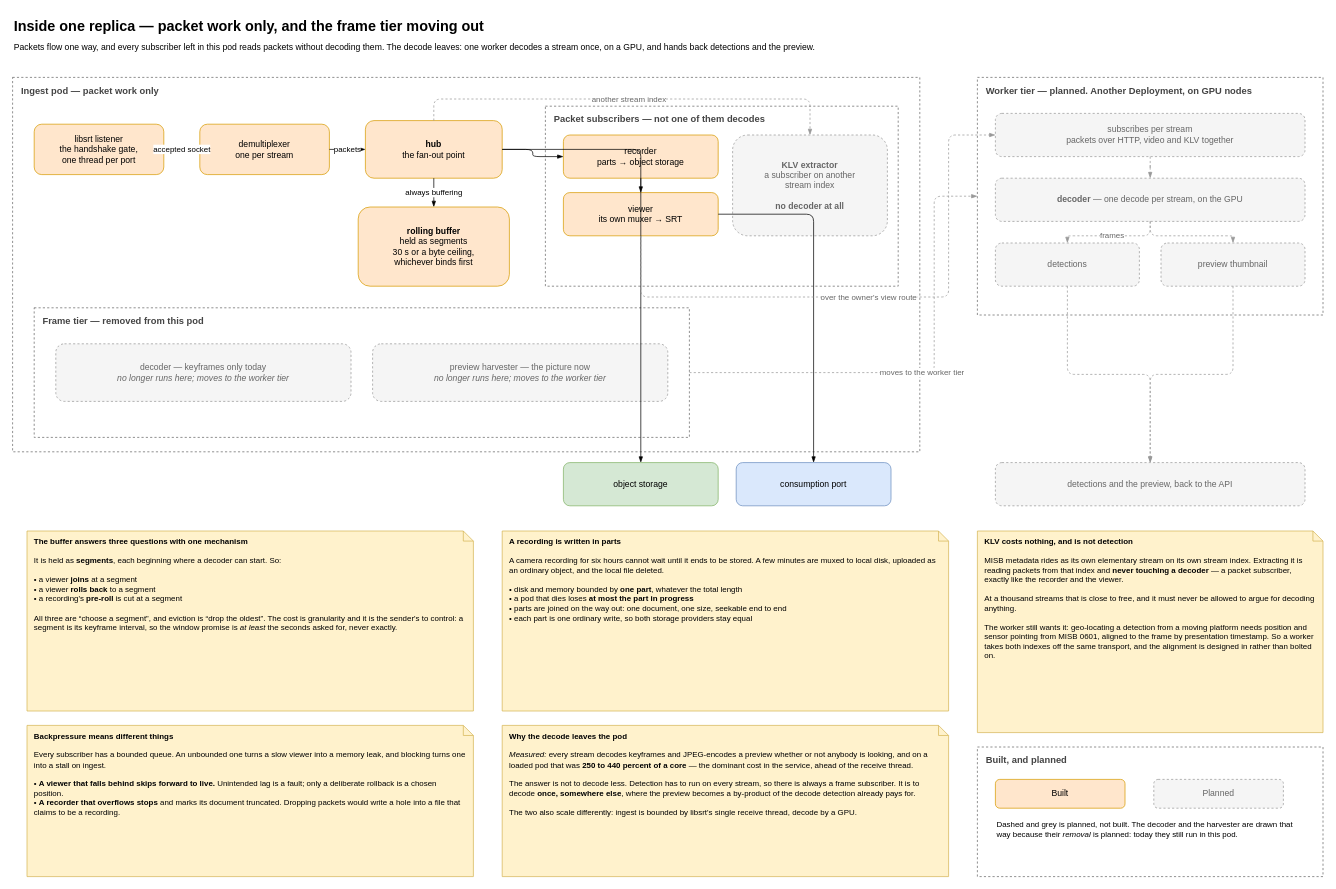
Earlier version of the draw.io diagram page "2. Inside one replica" (3 of 4) of docs/video-server.drawio (magasb1/dotnet-architecture-patterns). Source tidied: cells renumbered, new cells numbered last; positions are measured from the earlier drawing's top-left corner, leaving out a move shared by most shapes. Both pictures are drawn from the tidied source at 72%, with x=0, y=0 at pixel (12, 12).
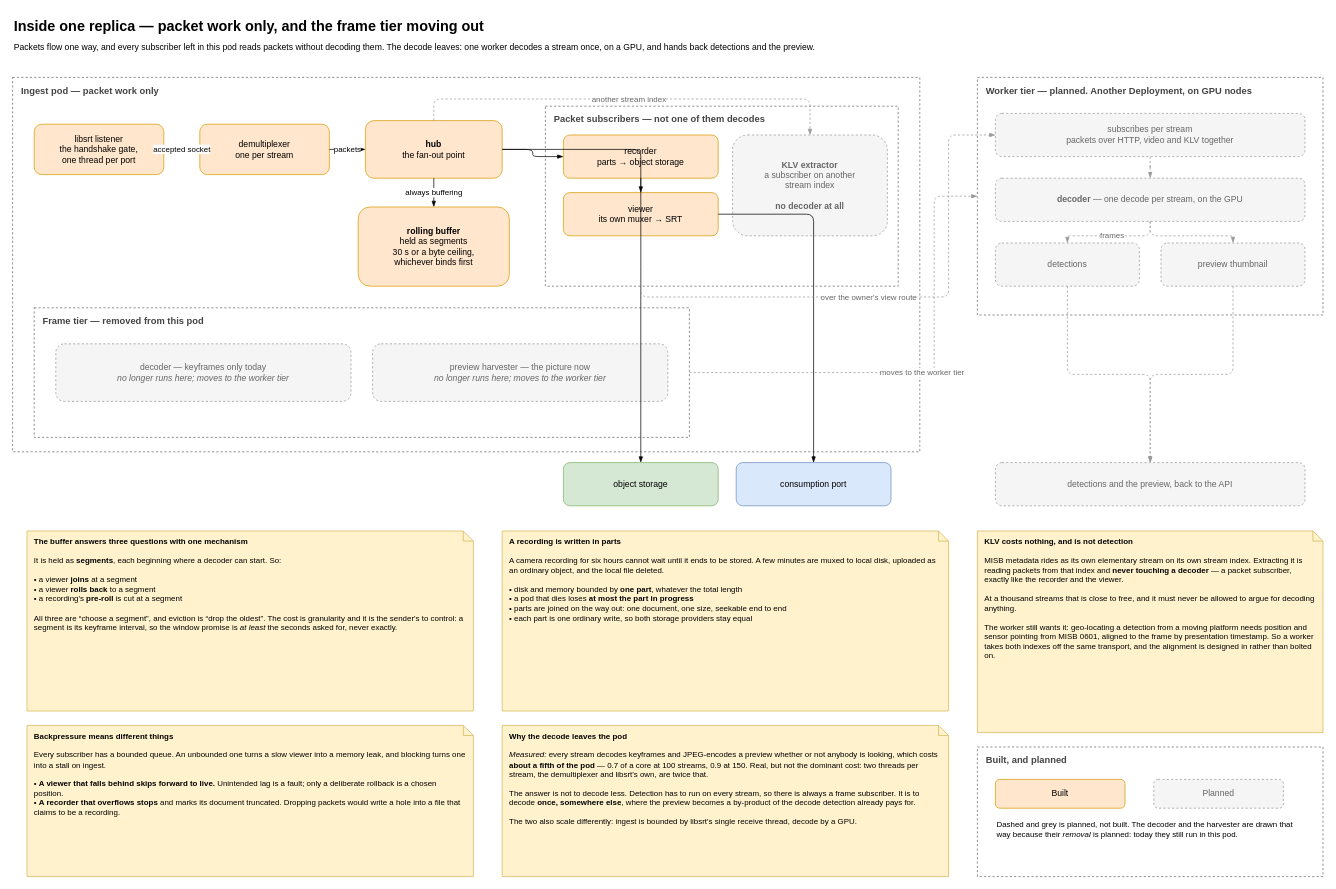
Above is the later version.

Commit message (it also covers changes not shown here):
The preview is not the dominant cost, and the plan said it was

Diff of the diagram source:
```diff
@@
-    <mxCell id="42" value="&lt;b&gt;Why the decode leaves the pod&lt;/b&gt;&lt;br/&gt;&lt;br/&gt;&lt;i&gt;Measured:&lt;/i&gt; every stream decodes keyframes and JPEG-encodes a preview whether or not anybody is looking, and on a loaded pod that was &lt;b&gt;250 to 440 percent of a core&lt;/b&gt; &amp;#8212; the dominant cost in the service, ahead of the receive thread.&lt;br/&gt;&lt;br/&gt;The answer is not to decode less. Detection has to run on every stream, so there is always a frame subscriber. It is to decode &lt;b&gt;once, somewhere else&lt;/b&gt;, where the preview becomes a by-product of the decode detection already pays for.&lt;br/&gt;&lt;br/&gt;The two also scale differently: ingest is bounded by libsrt's single receive thread, decode by a GPU." style="shape=note;whiteSpace=wrap;html=1;size=14;verticalAlign=top;align=left;spacingLeft=8;spacingTop=2;spacingRight=8;fillColor=#fff2cc;strokeColor=#d6b656;fontSize=11;" parent="1" vertex="1">
+    <mxCell id="42" value="&lt;b&gt;Why the decode leaves the pod&lt;/b&gt;&lt;br/&gt;&lt;br/&gt;&lt;i&gt;Measured:&lt;/i&gt; every stream decodes keyframes and JPEG-encodes a preview whether or not anybody is looking, which costs &lt;b&gt;about a fifth of the pod&lt;/b&gt; &amp;#8212; 0.7 of a core at 100 streams, 0.9 at 150. Real, but not the dominant cost: two threads per stream, the demultiplexer and libsrt's own, are twice that.&lt;br/&gt;&lt;br/&gt;The answer is not to decode less. Detection has to run on every stream, so there is always a frame subscriber. It is to decode &lt;b&gt;once, somewhere else&lt;/b&gt;, where the preview becomes a by-product of the decode detection already pays for.&lt;br/&gt;&lt;br/&gt;The two also scale differently: ingest is bounded by libsrt's single receive thread, decode by a GPU." style="shape=note;whiteSpace=wrap;html=1;size=14;verticalAlign=top;align=left;spacingLeft=8;spacingTop=2;spacingRight=8;fillColor=#fff2cc;strokeColor=#d6b656;fontSize=11;" parent="1" vertex="1">
       <mxGeometry x="680" y="990" width="620" height="210" as="geometry" />
     </mxCell>
```
